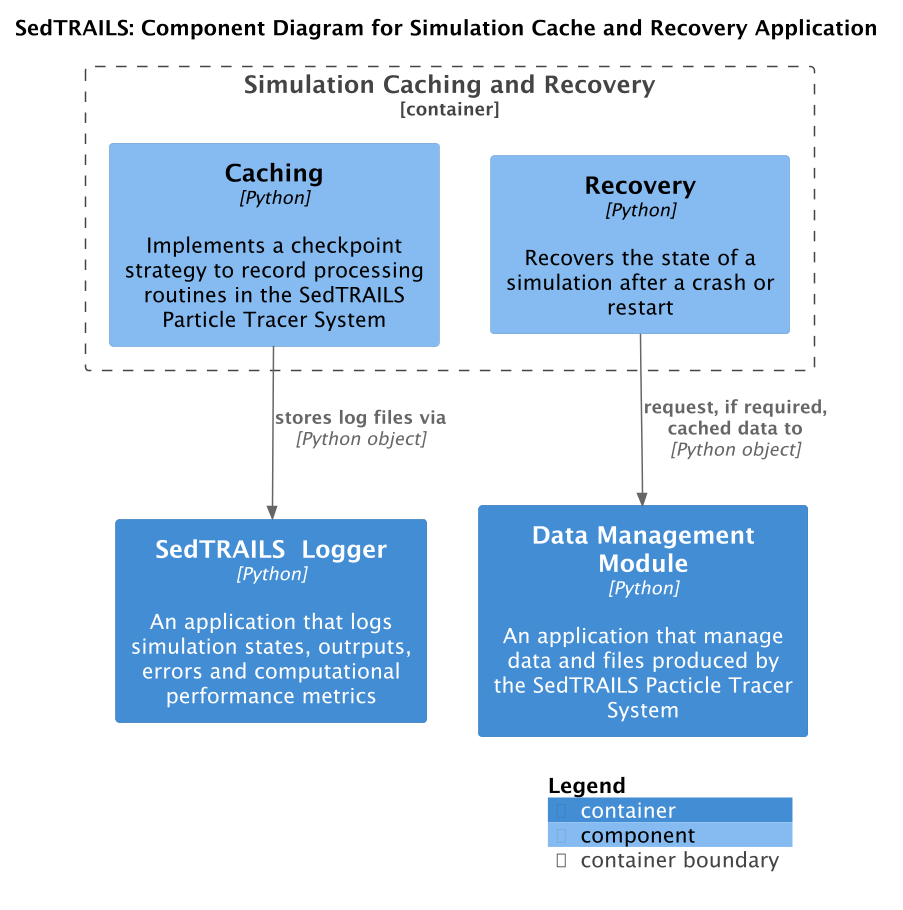
sgpearson17/sedtrails-sgp keeps this PlantUML diagram as docs/_static/img/architecture/SedtrailComponentsCache.png. Above is the earlier version.
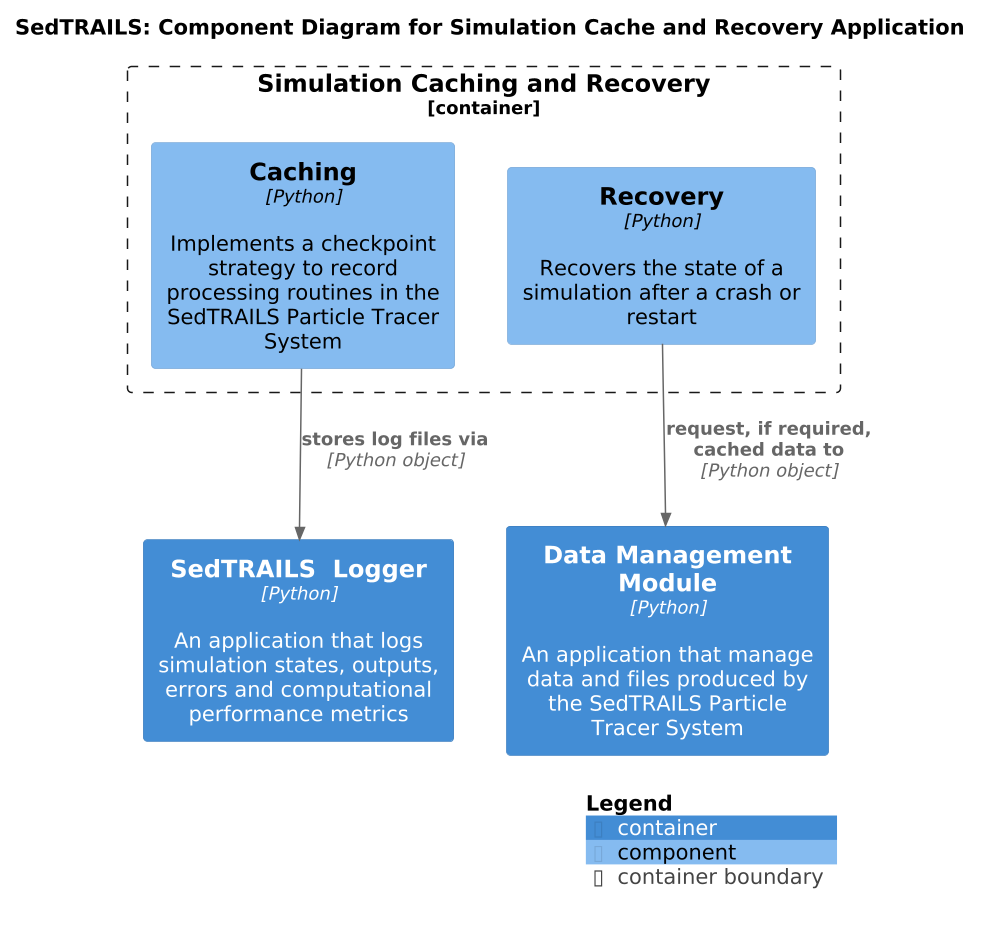
Later version of the same file.

Change to the diagram source:
```diff
@@ -5,9 +5,9 @@
 title SedTRAILS: Component Diagram for Simulation Cache and Recovery Application
 scale 1.5
 
-Container(dataManager, "Data Management Module", "Python", "An application that manage data and files produced by the SedTRAILS Pacticle Tracer System")
+Container(dataManager, "Data Management Module", "Python", "An application that manage data and files produced by the SedTRAILS Particle Tracer System")
 
-Container(sedtrailsLogger, "SedTRAILS  Logger", "Python", "An application that logs simulation states, outrputs, errors and computational performance metrics")
+Container(sedtrailsLogger, "SedTRAILS  Logger", "Python", "An application that logs simulation states, outputs, errors and computational performance metrics")
 
 Container_Boundary(cache, "Simulation Caching and Recovery", "Python", "Provides functionality to recover simulation output, allow restarts, and reusing simulation inputs and outputs"){
     Component(caching, "Caching", "Python", "Implements a checkpoint strategy to record processing routines in the SedTRAILS Particle Tracer System")
```
